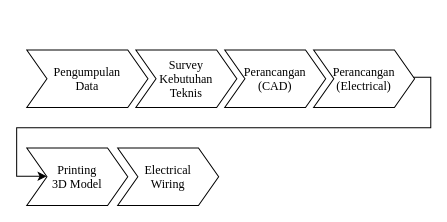
This is Untitled Diagram.drawio from Caturwardana/DIAGRAM, a draw.io file, before an edit. Source tidied: cells renumbered, new cells numbered last; positions are measured from the earlier drawing's top-left corner, leaving out a move shared by most shapes. Both pictures are drawn from the tidied source at 101%, with x=0, y=0 at pixel (16, 16).
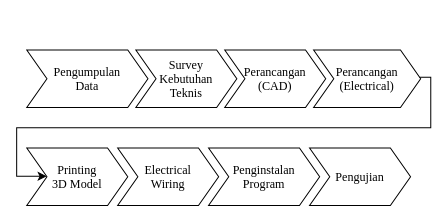
After the change.

Diff of the diagram source:
```diff
@@
 <mxGraphModel>
   <root>
     <mxCell id="0" />
     <mxCell id="1" parent="0" />
     <mxCell id="2" style="swimlane;horizontal=1;fillColor=none;strokeColor=none;stackBorder=10;align=center;fontColor=#000000;fontFamily=Times New Roman;" parent="1" vertex="1">
-      <mxGeometry width="404" height="100" as="geometry" />
+      <mxGeometry width="410" height="100" as="geometry" />
     </mxCell>
     <mxCell id="3" value="Pengumpulan&#10;Data" style="shape=step;perimeter=stepPerimeter;fixedSize=1;fontFamily=Times New Roman;" parent="2" vertex="1">
       <mxGeometry x="10" y="33" width="120" height="57" as="geometry" />
     </mxCell>
     <mxCell id="4" value="Survey&#10;Kebutuhan&#10;Teknis" style="shape=step;perimeter=stepPerimeter;fixedSize=1;fontFamily=Times New Roman;" parent="2" vertex="1">
       <mxGeometry x="118" y="33" width="100" height="57" as="geometry" />
     </mxCell>
     <mxCell id="5" value="Perancangan&#10;(CAD)" style="shape=step;perimeter=stepPerimeter;fixedSize=1;fontFamily=Times New Roman;" parent="2" vertex="1">
       <mxGeometry x="206" y="33" width="100" height="57" as="geometry" />
     </mxCell>
     <mxCell id="6" value="Perancangan&#10;(Electrical)" style="shape=step;perimeter=stepPerimeter;fixedSize=1;points=[];fontFamily=Times New Roman;" parent="2" vertex="1">
-      <mxGeometry x="294" y="33" width="100" height="57" as="geometry" />
+      <mxGeometry x="294" y="33" width="106" height="57" as="geometry" />
     </mxCell>
     <mxCell id="7" value="Printing&#10;3D Model" style="shape=step;perimeter=stepPerimeter;fixedSize=1;points=[];fontFamily=Times New Roman;" parent="1" vertex="1">
       <mxGeometry x="10" y="130" width="100" height="57" as="geometry" />
     </mxCell>
     <mxCell id="8" value="Electrical&#10;Wiring" style="shape=step;perimeter=stepPerimeter;fixedSize=1;fontFamily=Times New Roman;" parent="1" vertex="1">
       <mxGeometry x="100" y="130" width="100" height="57" as="geometry" />
     </mxCell>
     <mxCell id="9" style="edgeStyle=orthogonalEdgeStyle;rounded=0;jettySize=auto;html=1;fontFamily=Times New Roman;" parent="1" edge="1" source="6" target="7">
       <mxGeometry relative="1" as="geometry">
         <Array as="points">
           <mxPoint x="410" y="60" />
           <mxPoint x="410" y="110" />
           <mxPoint y="110" />
           <mxPoint y="158" />
         </Array>
       </mxGeometry>
     </mxCell>
+    <mxCell id="10" value="Penginstalan&#10;Program" style="shape=step;perimeter=stepPerimeter;fixedSize=1;fontFamily=Times New Roman;" parent="1" vertex="1">
+      <mxGeometry x="190" y="130" width="110" height="57" as="geometry" />
+    </mxCell>
+    <mxCell id="11" value="Pengujian" style="shape=step;perimeter=stepPerimeter;fixedSize=1;fontFamily=Times New Roman;" parent="1" vertex="1">
+      <mxGeometry x="290" y="130" width="100" height="57" as="geometry" />
+    </mxCell>
   </root>
 </mxGraphModel>
```
